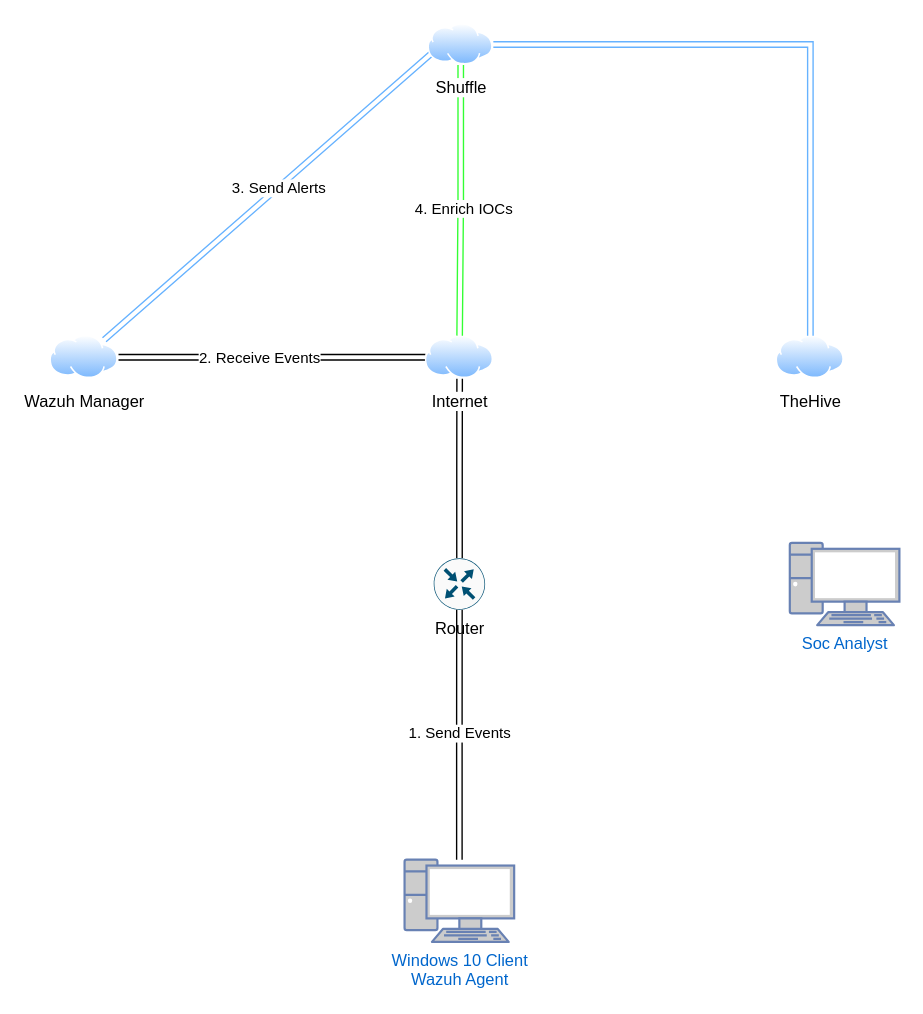
Earlier version of the draw.io diagram Diagram.drawio (bbtha/SOAR). Source tidied: cells renumbered, new cells numbered last; positions are measured from the earlier drawing's top-left corner, leaving out a move shared by most shapes. Both pictures are drawn from the tidied source at 137%, with x=0, y=0 at pixel (49, 23).
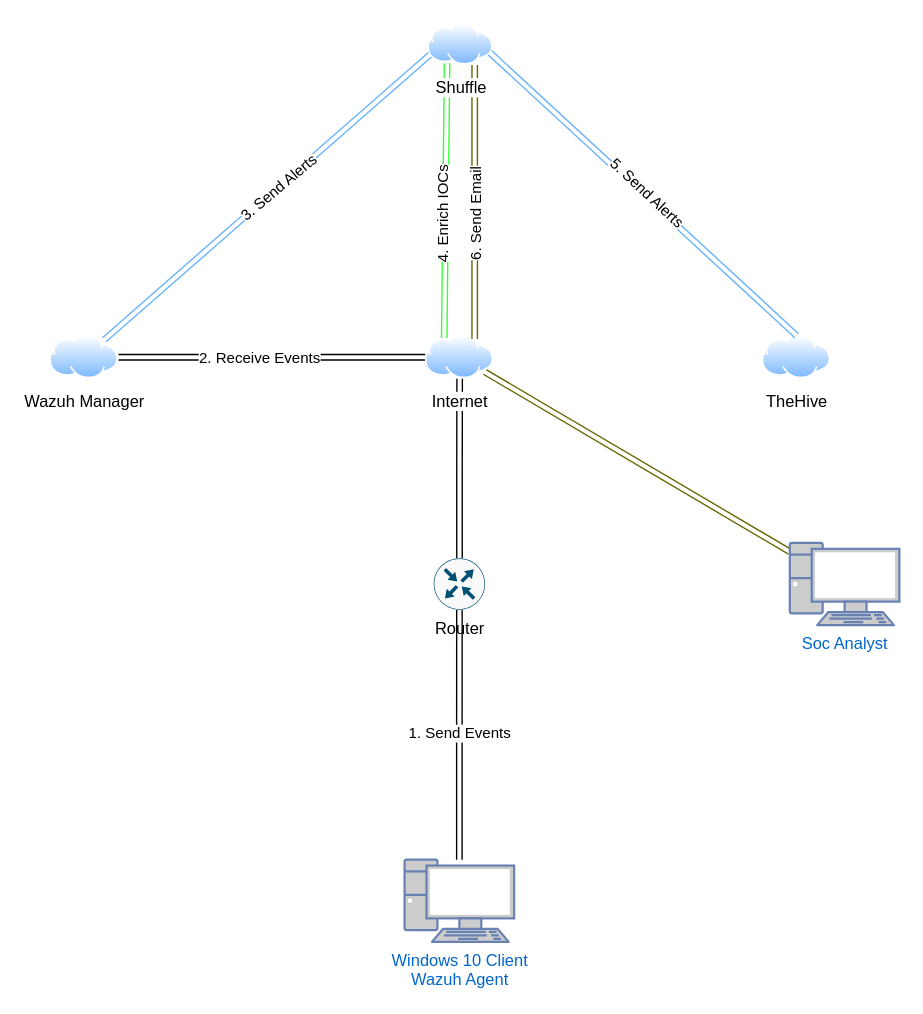
After the change.

The change refers to these unchanged cells:
```xml
<mxCell id="7" value="Internet" style="image;perimeter=ellipsePerimeter;html=1;align=center;shadow=0;dashed=0;spacingTop=3;image=img/lib/active_directory/internet_cloud.svg;" parent="1" vertex="1">
  <mxGeometry x="274" y="227.5" width="50" height="31.5" as="geometry" />
</mxCell>
<mxCell id="8" style="rounded=0;jettySize=auto;html=1;entryX=0;entryY=0.75;entryDx=0;entryDy=0;strokeColor=#66B2FF;shape=link;" parent="1" edge="1" source="10" target="15">
  <mxGeometry relative="1" as="geometry" />
</mxCell>
<mxCell id="16" value="Soc Analyst" style="fontColor=#0066CC;verticalAlign=top;verticalLabelPosition=bottom;labelPosition=center;align=center;html=1;outlineConnect=0;fillColor=#CCCCCC;strokeColor=#6881B3;gradientColor=none;gradientDirection=north;strokeWidth=2;shape=mxgraph.networks.pc;" parent="1" vertex="1">
  <mxGeometry x="540" y="378.8" width="80" height="60" as="geometry" />
</mxCell>
```

The edit, as a diff of the source:
```diff
@@
+    <mxCell id="19" style="rounded=0;jettySize=auto;html=1;shape=link;strokeColor=#666600;" parent="1" edge="1" source="7" target="16">
+      <mxGeometry relative="1" as="geometry" />
+    </mxCell>
@@
-    <mxCell id="9" value="3. Send Alerts" style="edgeLabel;html=1;align=center;verticalAlign=middle;" parent="8" vertex="1">
+    <mxCell id="9" value="3. Send Alerts" style="edgeLabel;html=1;align=center;verticalAlign=middle;rotation=320;" parent="8" vertex="1">
       <mxGeometry x="0.06" relative="1" as="geometry" />
     </mxCell>
@@
     <mxCell id="11" value="TheHive" style="image;perimeter=ellipsePerimeter;html=1;align=center;shadow=0;dashed=0;spacingTop=3;image=img/lib/active_directory/internet_cloud.svg;" parent="1" vertex="1">
-      <mxGeometry x="530" y="227.5" width="50" height="31.5" as="geometry" />
+      <mxGeometry x="520" y="227.5" width="50" height="31.5" as="geometry" />
     </mxCell>
-    <mxCell id="12" style="edgeStyle=orthogonalEdgeStyle;rounded=0;jettySize=auto;html=1;entryX=0.5;entryY=0;entryDx=0;entryDy=0;shape=link;strokeColor=#33FF33;" parent="1" edge="1" source="15" target="7">
+    <mxCell id="12" style="rounded=0;jettySize=auto;html=1;shape=link;strokeColor=#33FF33;exitX=0.25;exitY=1;exitDx=0;exitDy=0;entryX=0.25;entryY=0;entryDx=0;entryDy=0;horizontal=1;" parent="1" edge="1" source="15" target="7">
       <mxGeometry relative="1" as="geometry" />
     </mxCell>
-    <mxCell id="13" value="4. Enrich IOCs" style="edgeLabel;html=1;align=center;verticalAlign=middle;" parent="12" vertex="1">
-      <mxGeometry x="0.06" y="2" relative="1" as="geometry" />
+    <mxCell id="13" value="4. Enrich IOCs" style="edgeLabel;html=1;align=center;verticalAlign=middle;rotation=270;" parent="12" vertex="1">
+      <mxGeometry x="0.32" y="5" relative="1" as="geometry">
+        <mxPoint x="-7" y="-21" as="offset" />
+      </mxGeometry>
     </mxCell>
-    <mxCell id="14" style="edgeStyle=orthogonalEdgeStyle;rounded=0;jettySize=auto;html=1;entryX=0.5;entryY=0;entryDx=0;entryDy=0;shape=link;strokeColor=#66B2FF;" parent="1" edge="1" source="15" target="11">
-      <mxGeometry relative="1" as="geometry" />
+    <mxCell id="14" style="rounded=0;jettySize=auto;html=1;entryX=0.5;entryY=0;entryDx=0;entryDy=0;shape=link;strokeColor=#66B2FF;" parent="1" edge="1" target="11">
+      <mxGeometry relative="1" as="geometry">
+        <mxPoint x="320" y="20" as="sourcePoint" />
+      </mxGeometry>
     </mxCell>
+    <mxCell id="20" value="5. Send Alerts" style="edgeLabel;html=1;align=center;verticalAlign=middle;rotation=43;" parent="14" vertex="1">
+      <mxGeometry x="-0.02" y="-1" relative="1" as="geometry">
+        <mxPoint x="6" as="offset" />
+      </mxGeometry>
+    </mxCell>
+    <mxCell id="21" style="rounded=0;orthogonalLoop=1;jettySize=auto;html=1;shape=link;strokeColor=#666600;" parent="1" edge="1">
+      <mxGeometry relative="1" as="geometry">
+        <mxPoint x="310" y="30" as="sourcePoint" />
+        <mxPoint x="310" y="230" as="targetPoint" />
+      </mxGeometry>
+    </mxCell>
+    <mxCell id="22" value="6. Send Email" style="edgeLabel;html=1;align=center;verticalAlign=middle;rotation=270;" parent="21" vertex="1">
+      <mxGeometry x="-0.02" y="-1" relative="1" as="geometry">
+        <mxPoint x="1" y="12" as="offset" />
+      </mxGeometry>
+    </mxCell>
-    <mxCell id="15" value="Shuffle" style="image;perimeter=ellipsePerimeter;html=1;align=center;shadow=0;dashed=0;spacingTop=3;image=img/lib/active_directory/internet_cloud.svg;" parent="1" vertex="1">
+    <mxCell id="15" value="Shuffle" style="image;perimeter=ellipsePerimeter;html=1;align=center;shadow=0;dashed=0;spacingTop=3;image=img/lib/active_directory/internet_cloud.svg;verticalAlign=top;horizontal=1;" parent="1" vertex="1">
       <mxGeometry x="276" width="47.6" height="30" as="geometry" />
     </mxCell>
```
